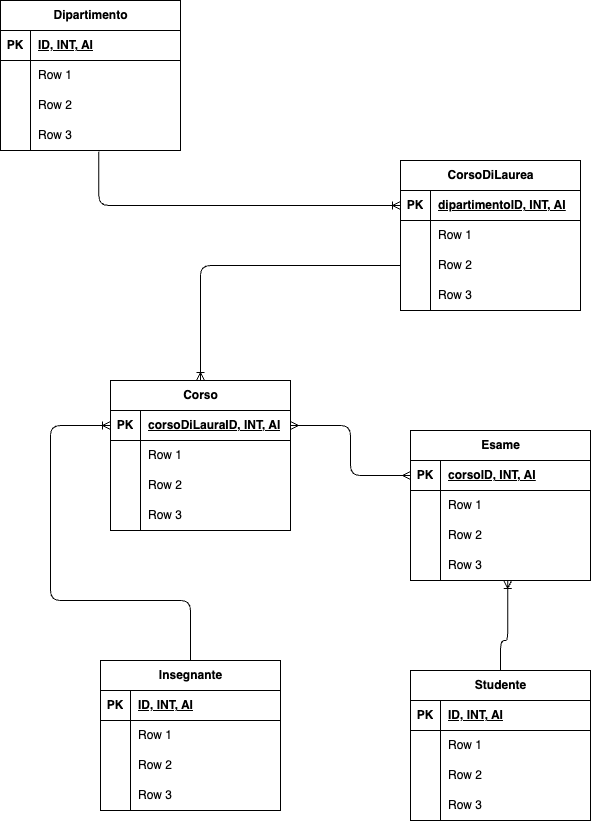
IonelxSolow/db-university keeps this draw.io diagram as library.png. Above is the earlier version. Source tidied: cells renumbered, new cells last; positions are measured from the earlier drawing's top-left corner, leaving out a move shared by most shapes.
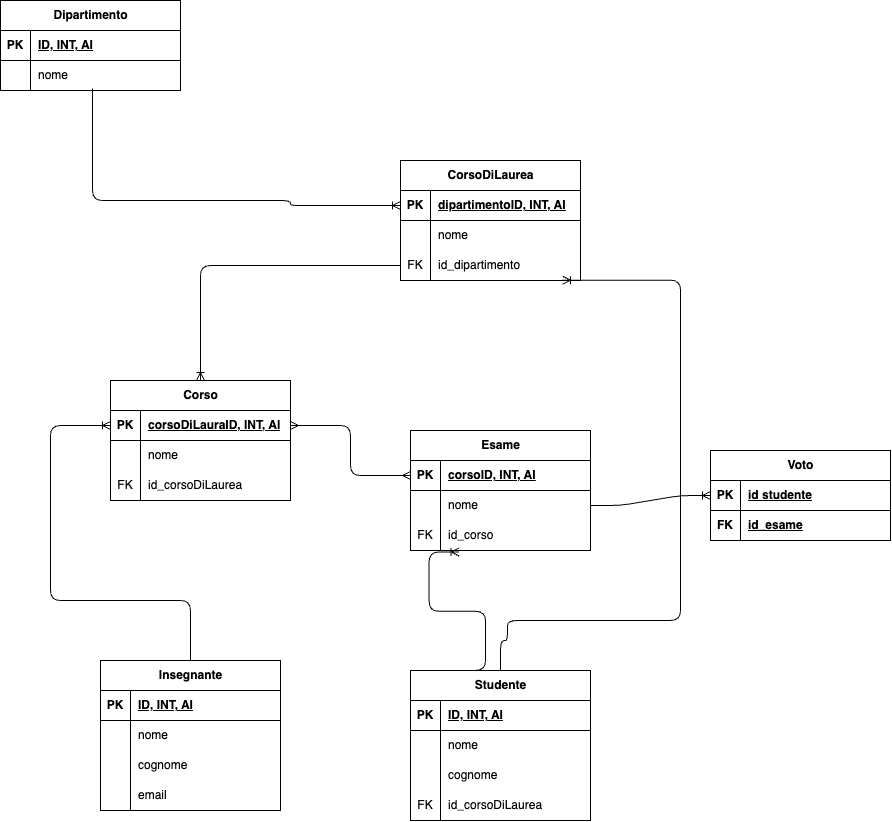
Later version of the same file.

Commit message:
Update library image to enhance visual quality

Change to the diagram source:
```diff
@@ -5,3 +5,3 @@
     <mxCell id="2" value="Dipartimento" style="shape=table;startSize=30;rowLines=0;fontStyle=1;align=center;html=1;" parent="1" vertex="1">
-      <mxGeometry width="180" height="150" as="geometry" />
+      <mxGeometry width="180" height="90" as="geometry" />
     </mxCell>
@@ -22,25 +22,7 @@
     </mxCell>
-    <mxCell id="8" value="Row 1" style="shape=partialRectangle;fillColor=none;top=0;left=0;bottom=0;right=0;align=left;spacingLeft=6;overflow=hidden;whiteSpace=wrap;html=1;" parent="6" vertex="1">
+    <mxCell id="8" value="nome" style="shape=partialRectangle;fillColor=none;top=0;left=0;bottom=0;right=0;align=left;spacingLeft=6;overflow=hidden;whiteSpace=wrap;html=1;" parent="6" vertex="1">
       <mxGeometry x="30" width="150" height="30" as="geometry" />
     </mxCell>
-    <mxCell id="9" style="shape=tableRow;horizontal=0;startSize=0;swimlaneHead=0;swimlaneBody=0;fillColor=none;top=0;left=0;right=0;bottom=0;" parent="2" vertex="1">
-      <mxGeometry y="90" width="180" height="30" as="geometry" />
-    </mxCell>
-    <mxCell id="10" style="shape=partialRectangle;fillColor=none;top=0;left=0;bottom=0;right=0;overflow=hidden;whiteSpace=wrap;html=1;" parent="9" vertex="1">
-      <mxGeometry width="30" height="30" as="geometry" />
-    </mxCell>
-    <mxCell id="11" value="Row 2" style="shape=partialRectangle;fillColor=none;top=0;left=0;bottom=0;right=0;align=left;spacingLeft=6;overflow=hidden;whiteSpace=wrap;html=1;" parent="9" vertex="1">
-      <mxGeometry x="30" width="150" height="30" as="geometry" />
-    </mxCell>
-    <mxCell id="12" style="shape=tableRow;horizontal=0;startSize=0;swimlaneHead=0;swimlaneBody=0;fillColor=none;points=[[0,0.5],[1,0.5]];portConstraint=eastwest;top=0;left=0;right=0;bottom=0;" parent="2" vertex="1">
-      <mxGeometry y="120" width="180" height="30" as="geometry" />
-    </mxCell>
-    <mxCell id="13" style="shape=partialRectangle;fillColor=none;top=0;left=0;bottom=0;right=0;overflow=hidden;whiteSpace=wrap;html=1;" parent="12" vertex="1">
-      <mxGeometry width="30" height="30" as="geometry" />
-    </mxCell>
-    <mxCell id="14" value="Row 3" style="shape=partialRectangle;fillColor=none;top=0;left=0;bottom=0;right=0;align=left;spacingLeft=6;overflow=hidden;whiteSpace=wrap;html=1;" parent="12" vertex="1">
-      <mxGeometry x="30" width="150" height="30" as="geometry" />
-    </mxCell>
     <mxCell id="15" value="CorsoDiLaurea" style="shape=table;startSize=30;rowLines=0;fontStyle=1;align=center;html=1;" parent="1" vertex="1">
-      <mxGeometry x="400" y="160" width="180" height="150" as="geometry" />
+      <mxGeometry x="400" y="160" width="180" height="120" as="geometry" />
     </mxCell>
@@ -61,3 +43,3 @@
     </mxCell>
-    <mxCell id="21" value="Row 1" style="shape=partialRectangle;fillColor=none;top=0;left=0;bottom=0;right=0;align=left;spacingLeft=6;overflow=hidden;whiteSpace=wrap;html=1;" parent="19" vertex="1">
+    <mxCell id="21" value="nome" style="shape=partialRectangle;fillColor=none;top=0;left=0;bottom=0;right=0;align=left;spacingLeft=6;overflow=hidden;whiteSpace=wrap;html=1;" parent="19" vertex="1">
       <mxGeometry x="30" width="150" height="30" as="geometry" />
@@ -67,19 +49,10 @@
     </mxCell>
-    <mxCell id="23" style="shape=partialRectangle;fillColor=none;top=0;left=0;bottom=0;right=0;overflow=hidden;whiteSpace=wrap;html=1;" parent="22" vertex="1">
+    <mxCell id="23" value="FK" style="shape=partialRectangle;fillColor=none;top=0;left=0;bottom=0;right=0;overflow=hidden;whiteSpace=wrap;html=1;" parent="22" vertex="1">
       <mxGeometry width="30" height="30" as="geometry" />
     </mxCell>
-    <mxCell id="24" value="Row 2" style="shape=partialRectangle;fillColor=none;top=0;left=0;bottom=0;right=0;align=left;spacingLeft=6;overflow=hidden;whiteSpace=wrap;html=1;" parent="22" vertex="1">
+    <mxCell id="24" value="id_dipartimento" style="shape=partialRectangle;fillColor=none;top=0;left=0;bottom=0;right=0;align=left;spacingLeft=6;overflow=hidden;whiteSpace=wrap;html=1;" parent="22" vertex="1">
       <mxGeometry x="30" width="150" height="30" as="geometry" />
     </mxCell>
-    <mxCell id="25" style="shape=tableRow;horizontal=0;startSize=0;swimlaneHead=0;swimlaneBody=0;fillColor=none;top=0;left=0;right=0;bottom=0;" parent="15" vertex="1">
-      <mxGeometry y="120" width="180" height="30" as="geometry" />
-    </mxCell>
-    <mxCell id="26" style="shape=partialRectangle;fillColor=none;top=0;left=0;bottom=0;right=0;overflow=hidden;whiteSpace=wrap;html=1;" parent="25" vertex="1">
-      <mxGeometry width="30" height="30" as="geometry" />
-    </mxCell>
-    <mxCell id="27" value="Row 3" style="shape=partialRectangle;fillColor=none;top=0;left=0;bottom=0;right=0;align=left;spacingLeft=6;overflow=hidden;whiteSpace=wrap;html=1;" parent="25" vertex="1">
-      <mxGeometry x="30" width="150" height="30" as="geometry" />
-    </mxCell>
     <mxCell id="28" value="Corso" style="shape=table;startSize=30;rowLines=0;fontStyle=1;align=center;html=1;" parent="1" vertex="1">
-      <mxGeometry x="110" y="380" width="180" height="150" as="geometry" />
+      <mxGeometry x="110" y="380" width="180" height="120" as="geometry" />
     </mxCell>
@@ -100,3 +73,3 @@
     </mxCell>
-    <mxCell id="34" value="Row 1" style="shape=partialRectangle;fillColor=none;top=0;left=0;bottom=0;right=0;align=left;spacingLeft=6;overflow=hidden;whiteSpace=wrap;html=1;" parent="32" vertex="1">
+    <mxCell id="34" value="nome" style="shape=partialRectangle;fillColor=none;top=0;left=0;bottom=0;right=0;align=left;spacingLeft=6;overflow=hidden;whiteSpace=wrap;html=1;" parent="32" vertex="1">
       <mxGeometry x="30" width="150" height="30" as="geometry" />
@@ -106,19 +79,10 @@
     </mxCell>
-    <mxCell id="36" style="shape=partialRectangle;fillColor=none;top=0;left=0;bottom=0;right=0;overflow=hidden;whiteSpace=wrap;html=1;" parent="35" vertex="1">
+    <mxCell id="36" value="FK" style="shape=partialRectangle;fillColor=none;top=0;left=0;bottom=0;right=0;overflow=hidden;whiteSpace=wrap;html=1;" parent="35" vertex="1">
       <mxGeometry width="30" height="30" as="geometry" />
     </mxCell>
-    <mxCell id="37" value="Row 2" style="shape=partialRectangle;fillColor=none;top=0;left=0;bottom=0;right=0;align=left;spacingLeft=6;overflow=hidden;whiteSpace=wrap;html=1;" parent="35" vertex="1">
+    <mxCell id="37" value="id_corsoDiLaurea" style="shape=partialRectangle;fillColor=none;top=0;left=0;bottom=0;right=0;align=left;spacingLeft=6;overflow=hidden;whiteSpace=wrap;html=1;" parent="35" vertex="1">
       <mxGeometry x="30" width="150" height="30" as="geometry" />
     </mxCell>
-    <mxCell id="38" style="shape=tableRow;horizontal=0;startSize=0;swimlaneHead=0;swimlaneBody=0;fillColor=none;top=0;left=0;right=0;bottom=0;" parent="28" vertex="1">
-      <mxGeometry y="120" width="180" height="30" as="geometry" />
-    </mxCell>
-    <mxCell id="39" style="shape=partialRectangle;fillColor=none;top=0;left=0;bottom=0;right=0;overflow=hidden;whiteSpace=wrap;html=1;" parent="38" vertex="1">
-      <mxGeometry width="30" height="30" as="geometry" />
-    </mxCell>
-    <mxCell id="40" value="Row 3" style="shape=partialRectangle;fillColor=none;top=0;left=0;bottom=0;right=0;align=left;spacingLeft=6;overflow=hidden;whiteSpace=wrap;html=1;" parent="38" vertex="1">
-      <mxGeometry x="30" width="150" height="30" as="geometry" />
-    </mxCell>
     <mxCell id="41" value="Esame" style="shape=table;startSize=30;rowLines=0;fontStyle=1;align=center;html=1;" parent="1" vertex="1">
-      <mxGeometry x="410" y="430" width="180" height="150" as="geometry" />
+      <mxGeometry x="410" y="430" width="180" height="120" as="geometry" />
     </mxCell>
@@ -139,3 +103,3 @@
     </mxCell>
-    <mxCell id="47" value="Row 1" style="shape=partialRectangle;fillColor=none;top=0;left=0;bottom=0;right=0;align=left;spacingLeft=6;overflow=hidden;whiteSpace=wrap;html=1;" parent="45" vertex="1">
+    <mxCell id="47" value="nome" style="shape=partialRectangle;fillColor=none;top=0;left=0;bottom=0;right=0;align=left;spacingLeft=6;overflow=hidden;whiteSpace=wrap;html=1;" parent="45" vertex="1">
       <mxGeometry x="30" width="150" height="30" as="geometry" />
@@ -145,17 +109,8 @@
     </mxCell>
-    <mxCell id="49" style="shape=partialRectangle;fillColor=none;top=0;left=0;bottom=0;right=0;overflow=hidden;whiteSpace=wrap;html=1;" parent="48" vertex="1">
+    <mxCell id="49" value="FK" style="shape=partialRectangle;fillColor=none;top=0;left=0;bottom=0;right=0;overflow=hidden;whiteSpace=wrap;html=1;" parent="48" vertex="1">
       <mxGeometry width="30" height="30" as="geometry" />
     </mxCell>
-    <mxCell id="50" value="Row 2" style="shape=partialRectangle;fillColor=none;top=0;left=0;bottom=0;right=0;align=left;spacingLeft=6;overflow=hidden;whiteSpace=wrap;html=1;" parent="48" vertex="1">
+    <mxCell id="50" value="id_corso" style="shape=partialRectangle;fillColor=none;top=0;left=0;bottom=0;right=0;align=left;spacingLeft=6;overflow=hidden;whiteSpace=wrap;html=1;" parent="48" vertex="1">
       <mxGeometry x="30" width="150" height="30" as="geometry" />
     </mxCell>
-    <mxCell id="51" style="shape=tableRow;horizontal=0;startSize=0;swimlaneHead=0;swimlaneBody=0;fillColor=none;points=[[0,0.5],[1,0.5]];portConstraint=eastwest;top=0;left=0;right=0;bottom=0;" parent="41" vertex="1">
-      <mxGeometry y="120" width="180" height="30" as="geometry" />
-    </mxCell>
-    <mxCell id="52" style="shape=partialRectangle;fillColor=none;top=0;left=0;bottom=0;right=0;overflow=hidden;whiteSpace=wrap;html=1;" parent="51" vertex="1">
-      <mxGeometry width="30" height="30" as="geometry" />
-    </mxCell>
-    <mxCell id="53" value="Row 3" style="shape=partialRectangle;fillColor=none;top=0;left=0;bottom=0;right=0;align=left;spacingLeft=6;overflow=hidden;whiteSpace=wrap;html=1;" parent="51" vertex="1">
-      <mxGeometry x="30" width="150" height="30" as="geometry" />
-    </mxCell>
     <mxCell id="54" value="Studente" style="shape=table;startSize=30;rowLines=0;fontStyle=1;align=center;html=1;" parent="1" vertex="1">
@@ -178,3 +133,3 @@
     </mxCell>
-    <mxCell id="60" value="Row 1" style="shape=partialRectangle;fillColor=none;top=0;left=0;bottom=0;right=0;align=left;spacingLeft=6;overflow=hidden;whiteSpace=wrap;html=1;" parent="58" vertex="1">
+    <mxCell id="60" value="nome" style="shape=partialRectangle;fillColor=none;top=0;left=0;bottom=0;right=0;align=left;spacingLeft=6;overflow=hidden;whiteSpace=wrap;html=1;" parent="58" vertex="1">
       <mxGeometry x="30" width="150" height="30" as="geometry" />
@@ -187,14 +142,14 @@
     </mxCell>
-    <mxCell id="63" value="Row 2" style="shape=partialRectangle;fillColor=none;top=0;left=0;bottom=0;right=0;align=left;spacingLeft=6;overflow=hidden;whiteSpace=wrap;html=1;" parent="61" vertex="1">
+    <mxCell id="63" value="cognome" style="shape=partialRectangle;fillColor=none;top=0;left=0;bottom=0;right=0;align=left;spacingLeft=6;overflow=hidden;whiteSpace=wrap;html=1;" parent="61" vertex="1">
       <mxGeometry x="30" width="150" height="30" as="geometry" />
     </mxCell>
-    <mxCell id="64" style="shape=tableRow;horizontal=0;startSize=0;swimlaneHead=0;swimlaneBody=0;fillColor=none;top=0;left=0;right=0;bottom=0;" parent="54" vertex="1">
-      <mxGeometry y="120" width="180" height="30" as="geometry" />
-    </mxCell>
-    <mxCell id="65" style="shape=partialRectangle;fillColor=none;top=0;left=0;bottom=0;right=0;overflow=hidden;whiteSpace=wrap;html=1;" parent="64" vertex="1">
-      <mxGeometry width="30" height="30" as="geometry" />
-    </mxCell>
-    <mxCell id="66" value="Row 3" style="shape=partialRectangle;fillColor=none;top=0;left=0;bottom=0;right=0;align=left;spacingLeft=6;overflow=hidden;whiteSpace=wrap;html=1;" parent="64" vertex="1">
-      <mxGeometry x="30" width="150" height="30" as="geometry" />
-    </mxCell>
+    <mxCell id="85" style="shape=tableRow;horizontal=0;startSize=0;swimlaneHead=0;swimlaneBody=0;fillColor=none;top=0;left=0;right=0;bottom=0;" parent="54" vertex="1">
+      <mxGeometry y="120" width="180" height="30" as="geometry" />
+    </mxCell>
+    <mxCell id="86" value="FK" style="shape=partialRectangle;fillColor=none;top=0;left=0;bottom=0;right=0;overflow=hidden;whiteSpace=wrap;html=1;" parent="85" vertex="1">
+      <mxGeometry width="30" height="30" as="geometry" />
+    </mxCell>
+    <mxCell id="87" value="id_corsoDiLaurea" style="shape=partialRectangle;fillColor=none;top=0;left=0;bottom=0;right=0;align=left;spacingLeft=6;overflow=hidden;whiteSpace=wrap;html=1;" parent="85" vertex="1">
+      <mxGeometry x="30" width="150" height="30" as="geometry" />
+    </mxCell>
     <mxCell id="67" value="Insegnante" style="shape=table;startSize=30;rowLines=0;fontStyle=1;align=center;html=1;" parent="1" vertex="1">
@@ -217,3 +172,3 @@
     </mxCell>
-    <mxCell id="73" value="Row 1" style="shape=partialRectangle;fillColor=none;top=0;left=0;bottom=0;right=0;align=left;spacingLeft=6;overflow=hidden;whiteSpace=wrap;html=1;" parent="71" vertex="1">
+    <mxCell id="73" value="nome" style="shape=partialRectangle;fillColor=none;top=0;left=0;bottom=0;right=0;align=left;spacingLeft=6;overflow=hidden;whiteSpace=wrap;html=1;" parent="71" vertex="1">
       <mxGeometry x="30" width="150" height="30" as="geometry" />
@@ -226,3 +181,3 @@
     </mxCell>
-    <mxCell id="76" value="Row 2" style="shape=partialRectangle;fillColor=none;top=0;left=0;bottom=0;right=0;align=left;spacingLeft=6;overflow=hidden;whiteSpace=wrap;html=1;" parent="74" vertex="1">
+    <mxCell id="76" value="cognome" style="shape=partialRectangle;fillColor=none;top=0;left=0;bottom=0;right=0;align=left;spacingLeft=6;overflow=hidden;whiteSpace=wrap;html=1;" parent="74" vertex="1">
       <mxGeometry x="30" width="150" height="30" as="geometry" />
@@ -235,3 +190,3 @@
     </mxCell>
-    <mxCell id="79" value="Row 3" style="shape=partialRectangle;fillColor=none;top=0;left=0;bottom=0;right=0;align=left;spacingLeft=6;overflow=hidden;whiteSpace=wrap;html=1;" parent="77" vertex="1">
+    <mxCell id="79" value="email" style="shape=partialRectangle;fillColor=none;top=0;left=0;bottom=0;right=0;align=left;spacingLeft=6;overflow=hidden;whiteSpace=wrap;html=1;" parent="77" vertex="1">
       <mxGeometry x="30" width="150" height="30" as="geometry" />
@@ -241,4 +196,10 @@
     </mxCell>
-    <mxCell id="81" style="edgeStyle=orthogonalEdgeStyle;fontSize=12;html=1;endArrow=ERoneToMany;exitX=0.546;exitY=1.033;exitDx=0;exitDy=0;exitPerimeter=0;entryX=0;entryY=0.5;entryDx=0;entryDy=0;" parent="1" edge="1" source="12" target="16">
-      <mxGeometry relative="1" as="geometry" />
+    <mxCell id="81" style="edgeStyle=orthogonalEdgeStyle;fontSize=12;html=1;endArrow=ERoneToMany;exitX=0.511;exitY=0.933;exitDx=0;exitDy=0;exitPerimeter=0;entryX=0;entryY=0.5;entryDx=0;entryDy=0;" parent="1" edge="1" source="6" target="16">
+      <mxGeometry relative="1" as="geometry">
+        <Array as="points">
+          <mxPoint x="92" y="200" />
+          <mxPoint x="290" y="200" />
+          <mxPoint x="290" y="205" />
+        </Array>
+      </mxGeometry>
     </mxCell>
@@ -247,3 +208,3 @@
     </mxCell>
-    <mxCell id="83" style="edgeStyle=orthogonalEdgeStyle;fontSize=12;html=1;endArrow=ERoneToMany;exitX=0.5;exitY=0;exitDx=0;exitDy=0;entryX=0.54;entryY=0.996;entryDx=0;entryDy=0;entryPerimeter=0;" parent="1" edge="1" source="54" target="51">
+    <mxCell id="83" style="edgeStyle=orthogonalEdgeStyle;fontSize=12;html=1;endArrow=ERoneToMany;exitX=0.5;exitY=0;exitDx=0;exitDy=0;entryX=0.9;entryY=0.99;entryDx=0;entryDy=0;entryPerimeter=0;" parent="1" edge="1" source="54" target="22">
       <mxGeometry relative="1" as="geometry">
@@ -252,2 +213,5 @@
           <mxPoint x="507" y="640" />
+          <mxPoint x="507" y="620" />
+          <mxPoint x="680" y="620" />
+          <mxPoint x="680" y="280" />
         </Array>
@@ -264,2 +228,35 @@
     </mxCell>
+    <mxCell id="88" style="edgeStyle=entityRelationEdgeStyle;fontSize=12;html=1;endArrow=ERoneToMany;exitX=0.25;exitY=0;exitDx=0;exitDy=0;entryX=0.27;entryY=1.049;entryDx=0;entryDy=0;entryPerimeter=0;" parent="1" edge="1" source="54" target="48">
+      <mxGeometry relative="1" as="geometry">
+        <Array as="points">
+          <mxPoint x="340" y="560" />
+          <mxPoint x="470" y="590" />
+          <mxPoint x="455" y="620" />
+        </Array>
+      </mxGeometry>
+    </mxCell>
+    <mxCell id="89" value="Voto" style="shape=table;startSize=30;rowLines=0;fontStyle=1;align=center;html=1;" parent="1" vertex="1">
+      <mxGeometry x="710" y="450" width="180" height="90" as="geometry" />
+    </mxCell>
+    <mxCell id="90" style="shape=tableRow;horizontal=0;startSize=0;swimlaneHead=0;swimlaneBody=0;fillColor=none;points=[[0,0.5],[1,0.5]];portConstraint=eastwest;top=0;left=0;right=0;bottom=1;" parent="89" vertex="1">
+      <mxGeometry y="30" width="180" height="30" as="geometry" />
+    </mxCell>
+    <mxCell id="91" value="PK" style="shape=partialRectangle;fillColor=none;top=0;left=0;bottom=0;right=0;fontStyle=1;overflow=hidden;whiteSpace=wrap;html=1;" parent="90" vertex="1">
+      <mxGeometry width="30" height="30" as="geometry" />
+    </mxCell>
+    <mxCell id="92" value="id studente" style="shape=partialRectangle;fillColor=none;top=0;left=0;bottom=0;right=0;align=left;spacingLeft=6;fontStyle=5;overflow=hidden;whiteSpace=wrap;html=1;" parent="90" vertex="1">
+      <mxGeometry x="30" width="150" height="30" as="geometry" />
+    </mxCell>
+    <mxCell id="93" style="shape=tableRow;horizontal=0;startSize=0;swimlaneHead=0;swimlaneBody=0;fillColor=none;top=0;left=0;right=0;bottom=1;" parent="89" vertex="1">
+      <mxGeometry y="60" width="180" height="30" as="geometry" />
+    </mxCell>
+    <mxCell id="94" value="FK" style="shape=partialRectangle;fillColor=none;top=0;left=0;bottom=0;right=0;fontStyle=1;overflow=hidden;whiteSpace=wrap;html=1;" parent="93" vertex="1">
+      <mxGeometry width="30" height="30" as="geometry" />
+    </mxCell>
+    <mxCell id="95" value="id_esame" style="shape=partialRectangle;fillColor=none;top=0;left=0;bottom=0;right=0;align=left;spacingLeft=6;fontStyle=5;overflow=hidden;whiteSpace=wrap;html=1;" parent="93" vertex="1">
+      <mxGeometry x="30" width="150" height="30" as="geometry" />
+    </mxCell>
+    <mxCell id="96" style="edgeStyle=entityRelationEdgeStyle;fontSize=12;html=1;endArrow=ERoneToMany;entryX=0;entryY=0.5;entryDx=0;entryDy=0;exitX=1;exitY=0.5;exitDx=0;exitDy=0;" parent="1" edge="1" source="45" target="90">
+      <mxGeometry relative="1" as="geometry" />
+    </mxCell>
   </root>
```
